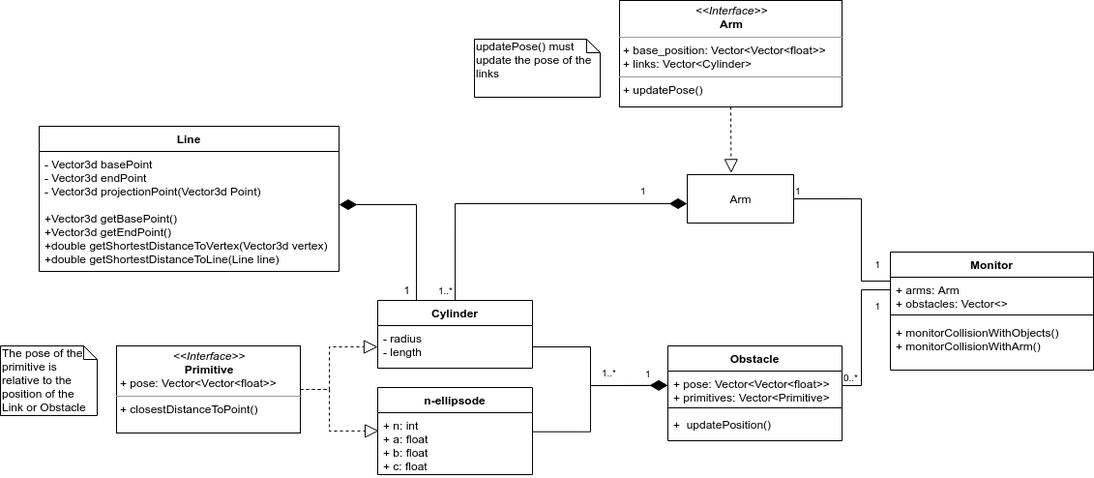
This is collision_monitoring/docs/UML_diagram_SDP.png from HBRS-SDP/sdp_ss20_collision_monitoring_for_robotic_manipulators, a draw.io export, as it was before one commit. Source tidied: cells renumbered, new cells last; positions are measured from the earlier drawing's top-left corner, leaving out a move shared by most shapes.
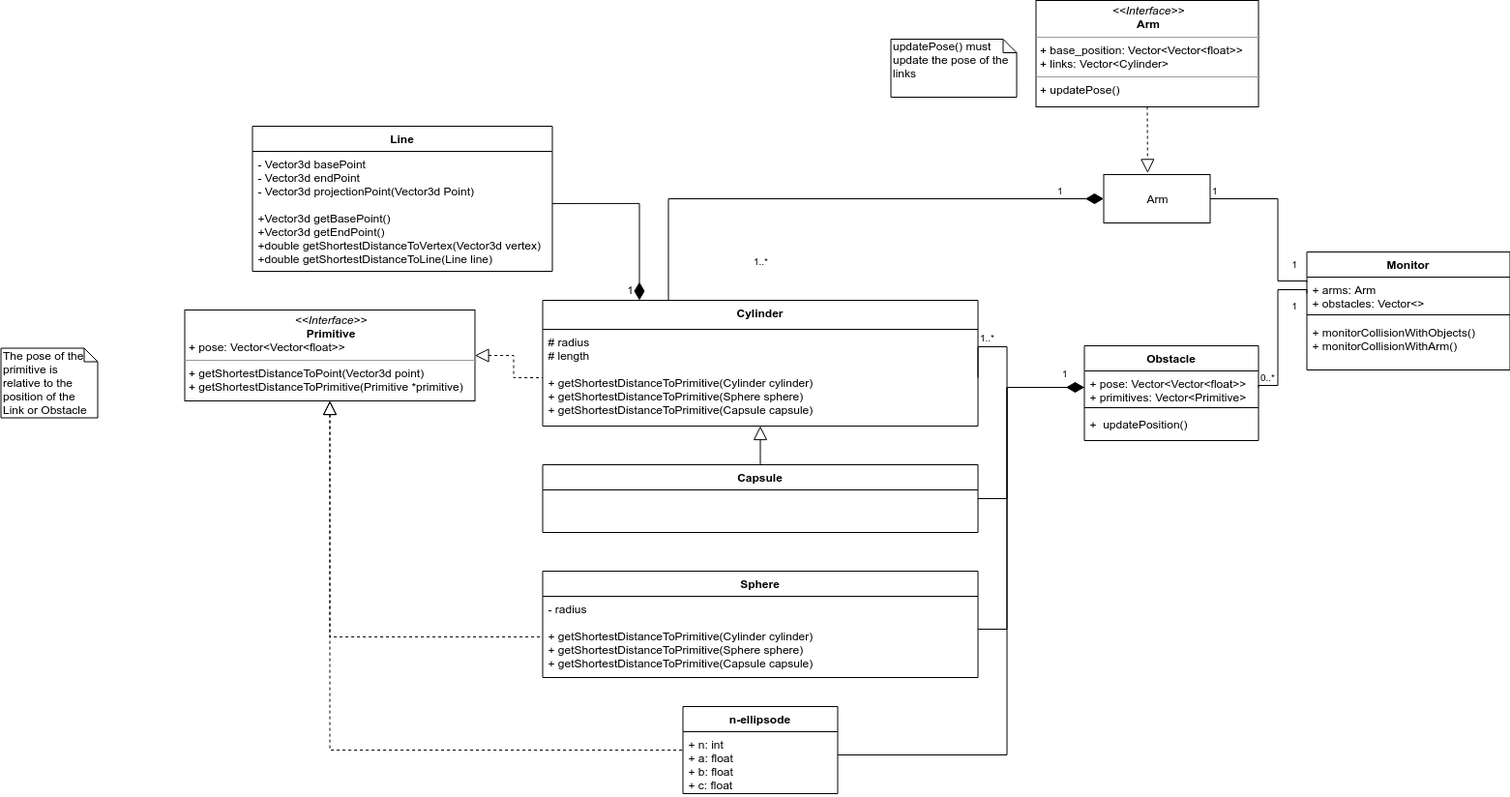
Later version of the same file.

Commit message:
UML new classes

What changed in the source:
```diff
@@ -38,7 +38,7 @@
       </mxGeometry>
     </mxCell>
     <mxCell id="8" value="1..*" style="html=1;align=left;verticalAlign=bottom;labelBackgroundColor=#ffffff;fontSize=10;direction=south;" parent="1" vertex="1">
-      <mxGeometry x="620" y="393" as="geometry" />
+      <mxGeometry x="580" y="357" as="geometry" />
     </mxCell>
     <mxCell id="9" value="1" style="html=1;align=left;verticalAlign=bottom;labelBackgroundColor=#ffffff;fontSize=10;" parent="1" vertex="1">
       <mxGeometry x="660" y="400" as="geometry">
@@ -46,48 +46,44 @@
       </mxGeometry>
     </mxCell>
     <mxCell id="10" style="html=1;align=left;verticalAlign=bottom;labelBackgroundColor=#ffffff;fontSize=10;" parent="1" vertex="1">
-      <mxGeometry x="440" y="290" as="geometry">
+      <mxGeometry x="230" y="290" as="geometry">
         <mxPoint x="12" y="12" as="offset" />
       </mxGeometry>
     </mxCell>
     <mxCell id="11" value="1" style="html=1;align=left;verticalAlign=bottom;labelBackgroundColor=#ffffff;fontSize=10;" parent="1" vertex="1">
       <mxGeometry x="660" y="205" as="geometry" />
     </mxCell>
-    <mxCell id="12" style="edgeStyle=orthogonalEdgeStyle;rounded=0;jettySize=auto;html=1;entryX=0;entryY=0.5;entryDx=0;entryDy=0;dashed=1;endArrow=block;endFill=0;endSize=12;" parent="1" edge="1" source="13" target="17">
-      <mxGeometry relative="1" as="geometry">
-        <Array as="points">
-          <mxPoint x="340" y="402" />
-          <mxPoint x="340" y="358" />
-        </Array>
-      </mxGeometry>
+    <mxCell id="12" style="edgeStyle=orthogonalEdgeStyle;rounded=0;jumpSize=6;jettySize=auto;html=1;startArrow=block;startFill=0;startSize=12;sourcePerimeterSpacing=0;endArrow=none;endFill=0;endSize=12;targetPerimeterSpacing=0;dashed=1;" parent="1" edge="1" source="13" target="17">
+      <mxGeometry relative="1" as="geometry" />
     </mxCell>
+    <mxCell id="38" style="edgeStyle=orthogonalEdgeStyle;rounded=0;jumpSize=6;jettySize=auto;html=1;entryX=0;entryY=0.5;entryDx=0;entryDy=0;dashed=1;startArrow=block;startFill=0;startSize=12;sourcePerimeterSpacing=0;endArrow=none;endFill=0;endSize=12;targetPerimeterSpacing=0;" parent="1" edge="1" source="13" target="46">
+      <mxGeometry relative="1" as="geometry" />
+    </mxCell>
+    <mxCell id="39" style="edgeStyle=orthogonalEdgeStyle;rounded=0;jumpSize=6;jettySize=auto;html=1;dashed=1;startArrow=block;startFill=0;startSize=12;sourcePerimeterSpacing=0;endArrow=none;endFill=0;endSize=12;targetPerimeterSpacing=0;" parent="1" edge="1" source="13" target="34">
+      <mxGeometry relative="1" as="geometry">
+        <Array as="points">
+          <mxPoint x="-90" y="775" />
+        </Array>
+      </mxGeometry>
+    </mxCell>
-    <mxCell id="13" value="&lt;p style=&quot;margin: 0px ; margin-top: 4px ; text-align: center&quot;&gt;&lt;i&gt;&amp;lt;&amp;lt;Interface&amp;gt;&amp;gt;&lt;/i&gt;&lt;br&gt;&lt;b&gt;Primitive&lt;/b&gt;&lt;/p&gt;&lt;p style=&quot;margin: 0px ; margin-left: 4px&quot;&gt;+ pose: Vector&amp;lt;Vector&amp;lt;float&amp;gt;&amp;gt;&lt;/p&gt;&lt;hr size=&quot;1&quot;&gt;&lt;p style=&quot;margin: 0px ; margin-left: 4px&quot;&gt;+ closestDistanceToPoint()&lt;/p&gt;" style="verticalAlign=top;align=left;overflow=fill;fontSize=12;fontFamily=Helvetica;html=1;" parent="1" vertex="1">
-      <mxGeometry x="120" y="357" width="190" height="90" as="geometry" />
+    <mxCell id="13" value="&lt;p style=&quot;margin: 0px ; margin-top: 4px ; text-align: center&quot;&gt;&lt;i&gt;&amp;lt;&amp;lt;Interface&amp;gt;&amp;gt;&lt;/i&gt;&lt;br&gt;&lt;b&gt;Primitive&lt;/b&gt;&lt;/p&gt;&lt;p style=&quot;margin: 0px ; margin-left: 4px&quot;&gt;+ pose: Vector&amp;lt;Vector&amp;lt;float&amp;gt;&amp;gt;&lt;/p&gt;&lt;hr size=&quot;1&quot;&gt;&lt;p style=&quot;margin: 0px ; margin-left: 4px&quot;&gt;+ getShortestDistanceToPoint(Vector3d point)&lt;/p&gt;&lt;p style=&quot;margin: 0px ; margin-left: 4px&quot;&gt;+ getShortestDistanceToPrimitive(Primitive *primitive)&lt;/p&gt;" style="verticalAlign=top;align=left;overflow=fill;fontSize=12;fontFamily=Helvetica;html=1;" parent="1" vertex="1">
+      <mxGeometry x="-240" y="320" width="300" height="94" as="geometry" />
     </mxCell>
-    <mxCell id="14" style="endArrow=block;dashed=1;endFill=0;endSize=12;html=1;exitX=1;exitY=0.5;exitDx=0;exitDy=0;entryX=0.007;entryY=0.294;entryDx=0;entryDy=0;entryPerimeter=0;rounded=0;" parent="1" edge="1" source="13" target="35">
-      <mxGeometry relative="1" as="geometry">
-        <Array as="points">
-          <mxPoint x="340" y="402" />
-          <mxPoint x="340" y="440" />
-          <mxPoint x="340" y="445" />
-        </Array>
-      </mxGeometry>
-    </mxCell>
-    <mxCell id="15" value="1" style="edgeStyle=orthogonalEdgeStyle;rounded=0;orthogonalLoop=1;jettySize=auto;html=1;endArrow=diamondThin;endFill=1;endSize=16;" parent="1" edge="1">
-      <mxGeometry x="0.22" y="89" relative="1" as="geometry">
-        <mxPoint x="430" y="311" as="sourcePoint" />
-        <mxPoint x="350" y="211" as="targetPoint" />
+    <mxCell id="15" value="1" style="edgeStyle=orthogonalEdgeStyle;rounded=0;jettySize=auto;html=1;entryX=1;entryY=0.435;entryDx=0;entryDy=0;entryPerimeter=0;startArrow=diamondThin;startFill=1;endArrow=none;endFill=0;endSize=16;jumpSize=6;startSize=16;" parent="1" edge="1" source="16" target="37">
+      <mxGeometry x="0.16" y="90" relative="1" as="geometry">
         <Array as="points">
-          <mxPoint x="430" y="211" />
+          <mxPoint x="230" y="210" />
         </Array>
       </mxGeometry>
     </mxCell>
-    <mxCell id="16" value="Cylinder" style="swimlane;fontStyle=1;align=center;verticalAlign=top;horizontal=1;startSize=26;" parent="1" vertex="1">
-      <mxGeometry x="390" y="310" width="160" height="70" as="geometry" />
-    </mxCell>
-    <mxCell id="17" value="- radius&#10;- length" style="text;strokeColor=none;fillColor=none;align=left;verticalAlign=top;spacingLeft=4;spacingRight=4;overflow=hidden;points=[[0,0.5],[1,0.5]];portConstraint=eastwest;" parent="16" vertex="1">
-      <mxGeometry y="26" width="160" height="44" as="geometry" />
-    </mxCell>
+    <mxCell id="40" style="edgeStyle=orthogonalEdgeStyle;rounded=0;jumpSize=6;jettySize=auto;html=1;entryX=0.5;entryY=0;entryDx=0;entryDy=0;startArrow=block;startFill=0;startSize=12;sourcePerimeterSpacing=0;endArrow=none;endFill=0;endSize=12;targetPerimeterSpacing=0;" parent="1" edge="1" source="16" target="44">
+      <mxGeometry relative="1" as="geometry">
+        <Array as="points">
+          <mxPoint x="355" y="470" />
+          <mxPoint x="355" y="470" />
+        </Array>
+      </mxGeometry>
+    </mxCell>
     <mxCell id="18" value="Monitor" style="swimlane;fontStyle=1;align=center;verticalAlign=top;horizontal=1;startSize=26;" parent="1" vertex="1">
       <mxGeometry x="920" y="260" width="210" height="122" as="geometry" />
     </mxCell>
@@ -101,26 +97,16 @@
       <mxGeometry y="70" width="210" height="52" as="geometry" />
     </mxCell>
     <mxCell id="22" value="The pose of the primitive is relative to the position of the Link or Obstacle" style="shape=note;whiteSpace=wrap;html=1;size=14;verticalAlign=top;align=left;spacingTop=-6;" parent="1" vertex="1">
-      <mxGeometry y="357" width="100" height="72" as="geometry" />
+      <mxGeometry x="-430" y="359.5" width="100" height="72" as="geometry" />
     </mxCell>
-    <mxCell id="23" style="endArrow=diamondThin;endFill=1;endSize=16;html=1;exitX=1;exitY=0.5;exitDx=0;exitDy=0;rounded=0;entryX=0;entryY=0.435;entryDx=0;entryDy=0;entryPerimeter=0;" parent="1" edge="1" source="17" target="31">
+    <mxCell id="23" style="endArrow=diamondThin;endFill=1;endSize=16;html=1;exitX=1;exitY=0.5;exitDx=0;exitDy=0;rounded=0;edgeStyle=orthogonalEdgeStyle;entryX=0;entryY=0.5;entryDx=0;entryDy=0;" parent="1" edge="1" source="17" target="31">
       <mxGeometry relative="1" as="geometry">
         <Array as="points">
           <mxPoint x="610" y="358" />
-          <mxPoint x="610" y="398" />
+          <mxPoint x="610" y="400" />
         </Array>
       </mxGeometry>
     </mxCell>
-    <mxCell id="24" style="endArrow=none;html=1;edgeStyle=orthogonalEdgeStyle;exitX=1.003;exitY=0.308;exitDx=0;exitDy=0;rounded=0;exitPerimeter=0;endSize=12;" parent="1" edge="1" source="35">
-      <mxGeometry relative="1" as="geometry">
-        <mxPoint x="690" y="400" as="targetPoint" />
-        <Array as="points">
-          <mxPoint x="610" y="446" />
-          <mxPoint x="610" y="398" />
-          <mxPoint x="690" y="398" />
-        </Array>
-      </mxGeometry>
-    </mxCell>
     <mxCell id="25" value="&lt;p style=&quot;margin: 4px 0px 0px ; text-align: center&quot;&gt;&lt;i&gt;&amp;lt;&amp;lt;Interface&amp;gt;&amp;gt;&lt;/i&gt;&lt;br&gt;&lt;b&gt;Arm&lt;/b&gt;&lt;/p&gt;&lt;hr size=&quot;1&quot;&gt;&lt;p style=&quot;margin: 0px 0px 0px 4px&quot;&gt;+ base_position: Vector&amp;lt;Vector&amp;lt;float&amp;gt;&amp;gt;&lt;br style=&quot;padding: 0px ; margin: 0px&quot;&gt;+ links: Vector&amp;lt;Cylinder&amp;gt;&lt;br&gt;&lt;/p&gt;&lt;hr size=&quot;1&quot;&gt;&lt;p style=&quot;margin: 0px 0px 0px 4px&quot;&gt;+ updatePose()&lt;br&gt;&lt;/p&gt;" style="verticalAlign=top;align=left;overflow=fill;fontSize=12;fontFamily=Helvetica;html=1;" parent="1" vertex="1">
       <mxGeometry x="640" width="230" height="110" as="geometry" />
     </mxCell>
@@ -133,11 +119,10 @@
     <mxCell id="28" value="updatePose() must update the pose of the links" style="shape=note;whiteSpace=wrap;html=1;size=14;verticalAlign=top;align=left;spacingTop=-6;" parent="1" vertex="1">
       <mxGeometry x="490" y="40" width="130" height="60" as="geometry" />
     </mxCell>
-    <mxCell id="29" value="&lt;meta http-equiv=&quot;content-type&quot; content=&quot;text/html; charset=utf-8&quot;&gt;&lt;span style=&quot;color: rgb(0, 0, 0); font-family: Helvetica; font-size: 10px; font-style: normal; font-variant-ligatures: normal; font-variant-caps: normal; font-weight: 400; letter-spacing: normal; orphans: 2; text-align: left; text-indent: 0px; text-transform: none; widows: 2; word-spacing: 0px; -webkit-text-stroke-width: 0px; background-color: rgb(255, 255, 255); text-decoration-style: initial; text-decoration-color: initial; float: none; display: inline !important;&quot;&gt;1..*&lt;/span&gt;" style="endArrow=diamondThin;endFill=1;endSize=16;html=1;exitX=0.5;exitY=0;exitDx=0;exitDy=0;rounded=0;edgeStyle=orthogonalEdgeStyle;" parent="1" edge="1" source="16">
-      <mxGeometry x="-0.94" y="10" relative="1" as="geometry">
-        <mxPoint x="710" y="210" as="targetPoint" />
+    <mxCell id="29" value="&lt;meta http-equiv=&quot;content-type&quot; content=&quot;text/html; charset=utf-8&quot;&gt;&lt;span style=&quot;color: rgb(0, 0, 0); font-family: Helvetica; font-size: 10px; font-style: normal; font-variant-ligatures: normal; font-variant-caps: normal; font-weight: 400; letter-spacing: normal; orphans: 2; text-align: left; text-indent: 0px; text-transform: none; widows: 2; word-spacing: 0px; -webkit-text-stroke-width: 0px; background-color: rgb(255, 255, 255); text-decoration-style: initial; text-decoration-color: initial; float: none; display: inline !important;&quot;&gt;1..*&lt;/span&gt;" style="endArrow=diamondThin;endFill=1;endSize=16;html=1;exitX=0.5;exitY=0;exitDx=0;exitDy=0;rounded=0;edgeStyle=orthogonalEdgeStyle;entryX=0;entryY=0.5;entryDx=0;entryDy=0;" parent="1" edge="1" source="16" target="26">
+      <mxGeometry x="-0.59" y="-95" relative="1" as="geometry">
         <Array as="points">
-          <mxPoint x="470" y="210" />
+          <mxPoint x="260" y="205" />
         </Array>
       </mxGeometry>
     </mxCell>
@@ -153,17 +138,56 @@
     <mxCell id="33" value="+  updatePosition()" style="text;strokeColor=none;fillColor=none;align=left;verticalAlign=top;spacingLeft=4;spacingRight=4;overflow=hidden;" parent="30" vertex="1">
       <mxGeometry y="68" width="180" height="30" as="geometry" />
     </mxCell>
+    <mxCell id="41" style="edgeStyle=orthogonalEdgeStyle;rounded=0;jumpSize=6;jettySize=auto;html=1;entryX=0;entryY=0.5;entryDx=0;entryDy=0;startArrow=none;startFill=0;startSize=12;sourcePerimeterSpacing=0;endArrow=none;endFill=0;endSize=16;targetPerimeterSpacing=0;" parent="1" edge="1" source="34" target="31">
+      <mxGeometry relative="1" as="geometry">
+        <Array as="points">
+          <mxPoint x="610" y="780" />
+          <mxPoint x="610" y="400" />
+        </Array>
+      </mxGeometry>
+    </mxCell>
+    <mxCell id="42" style="edgeStyle=orthogonalEdgeStyle;rounded=0;jumpSize=6;jettySize=auto;html=1;startArrow=none;startFill=0;startSize=12;sourcePerimeterSpacing=0;endArrow=none;endFill=0;endSize=16;targetPerimeterSpacing=0;entryX=0;entryY=0.5;entryDx=0;entryDy=0;" parent="1" edge="1" source="44" target="31">
+      <mxGeometry relative="1" as="geometry">
+        <Array as="points">
+          <mxPoint x="610" y="515" />
+          <mxPoint x="610" y="400" />
+        </Array>
+      </mxGeometry>
+    </mxCell>
+    <mxCell id="43" style="edgeStyle=orthogonalEdgeStyle;rounded=0;jumpSize=6;jettySize=auto;html=1;entryX=0;entryY=0.5;entryDx=0;entryDy=0;startArrow=none;startFill=0;startSize=12;sourcePerimeterSpacing=0;endArrow=none;endFill=0;endSize=16;targetPerimeterSpacing=0;" parent="1" edge="1" source="46" target="31">
+      <mxGeometry relative="1" as="geometry">
+        <Array as="points">
+          <mxPoint x="610" y="650" />
+          <mxPoint x="610" y="400" />
+        </Array>
+      </mxGeometry>
+    </mxCell>
+    <mxCell id="16" value="Cylinder" style="swimlane;fontStyle=1;align=center;verticalAlign=top;horizontal=1;startSize=30;" parent="1" vertex="1">
+      <mxGeometry x="130" y="310" width="450" height="130" as="geometry" />
+    </mxCell>
+    <mxCell id="17" value="# radius&#10;# length&#10;&#10;+ getShortestDistanceToPrimitive(Cylinder cylinder)&#10;+ getShortestDistanceToPrimitive(Sphere sphere)&#10;+ getShortestDistanceToPrimitive(Capsule capsule)" style="text;strokeColor=none;fillColor=none;align=left;verticalAlign=top;spacingLeft=4;spacingRight=4;overflow=hidden;points=[[0,0.5],[1,0.5]];portConstraint=eastwest;" parent="16" vertex="1">
+      <mxGeometry y="30" width="450" height="100" as="geometry" />
+    </mxCell>
+    <mxCell id="36" value="Line" style="swimlane;fontStyle=1;align=center;verticalAlign=top;horizontal=1;startSize=26;" parent="1" vertex="1">
+      <mxGeometry x="-170" y="130" width="310" height="150" as="geometry" />
+    </mxCell>
+    <mxCell id="37" value="- Vector3d basePoint&#10;- Vector3d endPoint&#10;- Vector3d projectionPoint(Vector3d Point)&#10;&#10;+Vector3d getBasePoint()&#10;+Vector3d getEndPoint()&#10;+double getShortestDistanceToVertex(Vector3d vertex)&#10;+double getShortestDistanceToLine(Line line)" style="text;strokeColor=none;fillColor=none;align=left;verticalAlign=top;spacingLeft=4;spacingRight=4;overflow=hidden;points=[[0,0.5],[1,0.5]];portConstraint=eastwest;" parent="36" vertex="1">
+      <mxGeometry y="26" width="310" height="124" as="geometry" />
+    </mxCell>
+    <mxCell id="44" value="Capsule" style="swimlane;fontStyle=1;align=center;verticalAlign=top;horizontal=1;startSize=26;" parent="1" vertex="1">
+      <mxGeometry x="130" y="480" width="450" height="70" as="geometry" />
+    </mxCell>
+    <mxCell id="45" value="Sphere" style="swimlane;fontStyle=1;align=center;verticalAlign=top;horizontal=1;startSize=26;" parent="1" vertex="1">
+      <mxGeometry x="130" y="590" width="450" height="110" as="geometry" />
+    </mxCell>
+    <mxCell id="46" value="- radius&#10;&#10;+ getShortestDistanceToPrimitive(Cylinder cylinder)&#10;+ getShortestDistanceToPrimitive(Sphere sphere)&#10;+ getShortestDistanceToPrimitive(Capsule capsule)" style="text;strokeColor=none;fillColor=none;align=left;verticalAlign=top;spacingLeft=4;spacingRight=4;overflow=hidden;points=[[0,0.5],[1,0.5]];portConstraint=eastwest;" parent="45" vertex="1">
+      <mxGeometry y="26" width="450" height="84" as="geometry" />
+    </mxCell>
     <mxCell id="34" value="n-ellipsode" style="swimlane;fontStyle=1;align=center;verticalAlign=top;horizontal=1;startSize=26;" parent="1" vertex="1">
-      <mxGeometry x="390" y="400" width="160" height="90" as="geometry" />
+      <mxGeometry x="275" y="730" width="160" height="90" as="geometry" />
     </mxCell>
     <mxCell id="35" value="+ n: int&#10;+ a: float&#10;+ b: float&#10;+ c: float" style="text;strokeColor=none;fillColor=none;align=left;verticalAlign=top;spacingLeft=4;spacingRight=4;overflow=hidden;points=[[0,0.5],[1,0.5]];portConstraint=eastwest;" parent="34" vertex="1">
       <mxGeometry y="26" width="160" height="64" as="geometry" />
     </mxCell>
-    <mxCell id="36" value="Line" style="swimlane;fontStyle=1;align=center;verticalAlign=top;horizontal=1;startSize=26;" parent="1" vertex="1">
-      <mxGeometry x="40" y="130" width="310" height="150" as="geometry" />
-    </mxCell>
-    <mxCell id="37" value="- Vector3d basePoint&#10;- Vector3d endPoint&#10;- Vector3d projectionPoint(Vector3d Point)&#10;&#10;+Vector3d getBasePoint()&#10;+Vector3d getEndPoint()&#10;+double getShortestDistanceToVertex(Vector3d vertex)&#10;+double getShortestDistanceToLine(Line line)" style="text;strokeColor=none;fillColor=none;align=left;verticalAlign=top;spacingLeft=4;spacingRight=4;overflow=hidden;points=[[0,0.5],[1,0.5]];portConstraint=eastwest;" parent="36" vertex="1">
-      <mxGeometry y="26" width="310" height="124" as="geometry" />
-    </mxCell>
   </root>
 </mxGraphModel>
```
